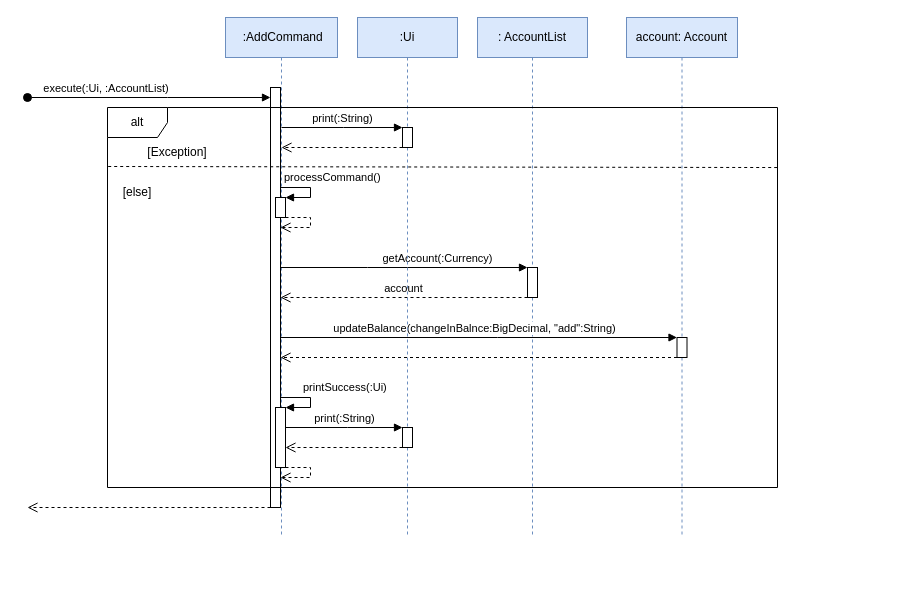
This is docs/diagrams/AddCommandSeqDiagram.drawio from woowenjun99/tp, a draw.io file, before an edit. Source tidied: cells renumbered, new cells numbered last; positions are measured from the earlier drawing's top-left corner, leaving out a move shared by most shapes. Both pictures are drawn from the tidied source at 100%, with x=0, y=0 at pixel (27, 17).
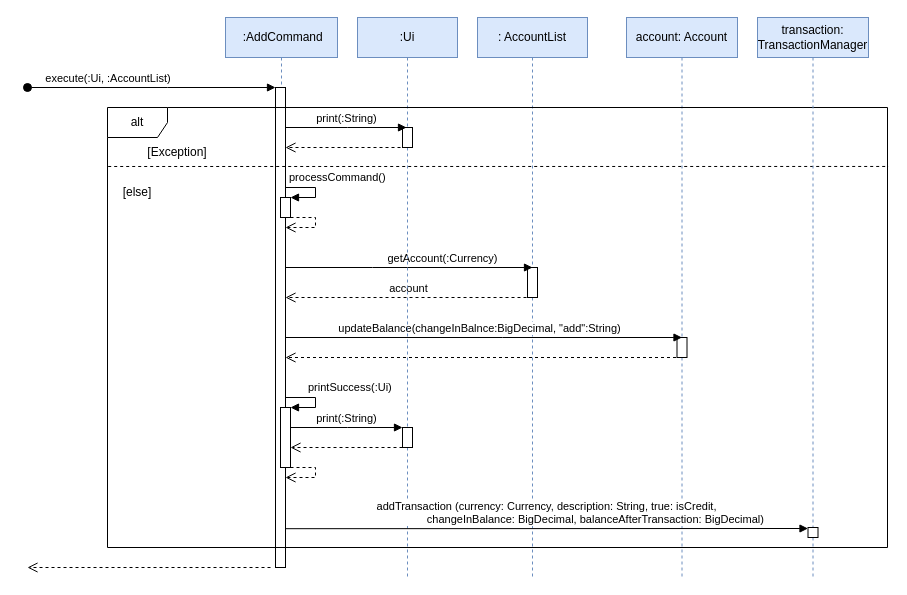
The same diagram, later.

Unchanged cells that the change refers to:
```xml
<mxCell id="12" style="html=1;points=[];perimeter=orthogonalPerimeter;outlineConnect=0;targetShapes=umlLifeline;portConstraint=eastwest;newEdgeStyle={&quot;edgeStyle&quot;:&quot;elbowEdgeStyle&quot;,&quot;elbow&quot;:&quot;vertical&quot;,&quot;curved&quot;:0,&quot;rounded&quot;:0};" parent="11" vertex="1">
  <mxGeometry x="50" y="250" width="10" height="30" as="geometry" />
</mxCell>
<mxCell id="16" style="html=1;points=[];perimeter=orthogonalPerimeter;outlineConnect=0;targetShapes=umlLifeline;portConstraint=eastwest;newEdgeStyle={&quot;edgeStyle&quot;:&quot;elbowEdgeStyle&quot;,&quot;elbow&quot;:&quot;vertical&quot;,&quot;curved&quot;:0,&quot;rounded&quot;:0};" parent="15" vertex="1">
  <mxGeometry x="50.5" y="320" width="10" height="20" as="geometry" />
</mxCell>
<mxCell id="26" style="html=1;points=[];perimeter=orthogonalPerimeter;outlineConnect=0;targetShapes=umlLifeline;portConstraint=eastwest;newEdgeStyle={&quot;edgeStyle&quot;:&quot;elbowEdgeStyle&quot;,&quot;elbow&quot;:&quot;vertical&quot;,&quot;curved&quot;:0,&quot;rounded&quot;:0};" parent="1" vertex="1">
  <mxGeometry x="375" y="110" width="10" height="20" as="geometry" />
</mxCell>
```

Change to the diagram source:
```diff
@@
     <mxCell id="2" value="&amp;nbsp;:AddCommand" style="shape=umlLifeline;perimeter=lifelinePerimeter;whiteSpace=wrap;html=1;newEdgeStyle={&quot;edgeStyle&quot;:&quot;elbowEdgeStyle&quot;,&quot;elbow&quot;:&quot;vertical&quot;,&quot;curved&quot;:0,&quot;rounded&quot;:0};fillColor=#dae8fc;strokeColor=#6c8ebf;" parent="1" vertex="1">
-      <mxGeometry x="198" width="112" height="520" as="geometry" />
+      <mxGeometry x="198" width="112" height="550" as="geometry" />
     </mxCell>
     <mxCell id="3" style="html=1;points=[];perimeter=orthogonalPerimeter;outlineConnect=0;targetShapes=umlLifeline;portConstraint=eastwest;newEdgeStyle={&quot;edgeStyle&quot;:&quot;elbowEdgeStyle&quot;,&quot;elbow&quot;:&quot;vertical&quot;,&quot;curved&quot;:0,&quot;rounded&quot;:0};" parent="2" vertex="1">
-      <mxGeometry x="45" y="70" width="10" height="420" as="geometry" />
+      <mxGeometry x="50" y="70" width="10" height="480" as="geometry" />
     </mxCell>
     <mxCell id="4" style="html=1;points=[];perimeter=orthogonalPerimeter;outlineConnect=0;targetShapes=umlLifeline;portConstraint=eastwest;newEdgeStyle={&quot;edgeStyle&quot;:&quot;elbowEdgeStyle&quot;,&quot;elbow&quot;:&quot;vertical&quot;,&quot;curved&quot;:0,&quot;rounded&quot;:0};" parent="2" vertex="1">
-      <mxGeometry x="50" y="180" width="10" height="20" as="geometry" />
+      <mxGeometry x="55" y="180" width="10" height="20" as="geometry" />
     </mxCell>
-    <mxCell id="5" value="processCommand()" style="html=1;align=left;spacingLeft=2;endArrow=block;rounded=0;edgeStyle=orthogonalEdgeStyle;curved=0;rounded=0;" parent="2" edge="1" target="4">
+    <mxCell id="5" value="processCommand()" style="html=1;align=left;spacingLeft=2;endArrow=block;rounded=0;edgeStyle=orthogonalEdgeStyle;curved=0;rounded=0;" parent="2" edge="1">
       <mxGeometry x="-1" y="10" relative="1" as="geometry">
-        <mxPoint x="55" y="170" as="sourcePoint" />
+        <mxPoint x="60" y="170" as="sourcePoint" />
+        <mxPoint x="65" y="180" as="targetPoint" />
         <Array as="points">
-          <mxPoint x="85" y="170" />
-          <mxPoint x="85" y="180" />
+          <mxPoint x="90" y="170" />
+          <mxPoint x="90" y="180" />
         </Array>
       </mxGeometry>
     </mxCell>
     <mxCell id="6" style="html=1;verticalAlign=bottom;endArrow=open;dashed=1;endSize=8;edgeStyle=orthogonalEdgeStyle;elbow=vertical;rounded=0;" parent="2" edge="1" source="4">
       <mxGeometry relative="1" as="geometry">
-        <mxPoint x="55" y="210" as="targetPoint" />
+        <mxPoint x="60" y="210" as="targetPoint" />
         <Array as="points">
-          <mxPoint x="85" y="200" />
-          <mxPoint x="85" y="210" />
+          <mxPoint x="90" y="200" />
+          <mxPoint x="90" y="210" />
         </Array>
       </mxGeometry>
     </mxCell>
     <mxCell id="7" style="html=1;points=[];perimeter=orthogonalPerimeter;outlineConnect=0;targetShapes=umlLifeline;portConstraint=eastwest;newEdgeStyle={&quot;edgeStyle&quot;:&quot;elbowEdgeStyle&quot;,&quot;elbow&quot;:&quot;vertical&quot;,&quot;curved&quot;:0,&quot;rounded&quot;:0};" parent="2" vertex="1">
-      <mxGeometry x="50" y="390" width="10" height="60" as="geometry" />
+      <mxGeometry x="55" y="390" width="10" height="60" as="geometry" />
     </mxCell>
-    <mxCell id="8" value="printSuccess(:Ui)" style="html=1;align=left;spacingLeft=2;endArrow=block;rounded=0;edgeStyle=orthogonalEdgeStyle;curved=0;rounded=0;" parent="2" edge="1" target="7">
+    <mxCell id="8" value="printSuccess(:Ui)" style="html=1;align=left;spacingLeft=2;endArrow=block;rounded=0;edgeStyle=orthogonalEdgeStyle;curved=0;rounded=0;" parent="2" edge="1">
       <mxGeometry x="-0.14" y="10" relative="1" as="geometry">
-        <mxPoint x="60" y="390" as="sourcePoint" />
+        <mxPoint x="65" y="390" as="sourcePoint" />
+        <mxPoint x="65" y="390" as="targetPoint" />
         <Array as="points">
-          <mxPoint x="55" y="380" />
-          <mxPoint x="85" y="380" />
-          <mxPoint x="85" y="390" />
+          <mxPoint x="60" y="380" />
+          <mxPoint x="90" y="380" />
+          <mxPoint x="90" y="390" />
         </Array>
       </mxGeometry>
     </mxCell>
     <mxCell id="9" style="html=1;verticalAlign=bottom;endArrow=open;dashed=1;endSize=8;edgeStyle=orthogonalEdgeStyle;elbow=vertical;rounded=0;" parent="2" edge="1" source="7">
       <mxGeometry relative="1" as="geometry">
-        <mxPoint x="55" y="460" as="targetPoint" />
+        <mxPoint x="60" y="460" as="targetPoint" />
         <Array as="points">
-          <mxPoint x="85" y="450" />
-          <mxPoint x="85" y="460" />
+          <mxPoint x="90" y="450" />
+          <mxPoint x="90" y="460" />
         </Array>
       </mxGeometry>
     </mxCell>
     <mxCell id="10" style="html=1;verticalAlign=bottom;endArrow=open;dashed=1;endSize=8;edgeStyle=elbowEdgeStyle;elbow=vertical;curved=0;rounded=0;" parent="1" edge="1">
       <mxGeometry relative="1" as="geometry">
-        <mxPoint x="243" y="490" as="sourcePoint" />
-        <mxPoint y="490" as="targetPoint" />
+        <mxPoint x="243" y="550" as="sourcePoint" />
+        <mxPoint y="550" as="targetPoint" />
         <Array as="points">
-          <mxPoint x="200" y="490" />
-          <mxPoint x="190" y="460" />
-          <mxPoint x="180" y="470" />
-          <mxPoint x="60" y="380" />
+          <mxPoint x="200" y="550" />
+          <mxPoint x="190" y="520" />
+          <mxPoint x="180" y="530" />
+          <mxPoint x="60" y="440" />
         </Array>
       </mxGeometry>
     </mxCell>
     <mxCell id="11" value=": AccountList" style="shape=umlLifeline;perimeter=lifelinePerimeter;whiteSpace=wrap;html=1;newEdgeStyle={&quot;edgeStyle&quot;:&quot;elbowEdgeStyle&quot;,&quot;elbow&quot;:&quot;vertical&quot;,&quot;curved&quot;:0,&quot;rounded&quot;:0};fillColor=#dae8fc;strokeColor=#6c8ebf;" parent="1" vertex="1">
-      <mxGeometry x="450" width="110" height="520" as="geometry" />
+      <mxGeometry x="450" width="110" height="560" as="geometry" />
     </mxCell>
@@
-    <mxCell id="13" value="getAccount(:Currency)" style="html=1;verticalAlign=bottom;endArrow=block;edgeStyle=elbowEdgeStyle;elbow=vertical;curved=0;rounded=0;" parent="1" edge="1" target="12">
+    <mxCell id="13" value="getAccount(:Currency)" style="html=1;verticalAlign=bottom;endArrow=block;edgeStyle=elbowEdgeStyle;elbow=vertical;curved=0;rounded=0;" parent="1" edge="1">
       <mxGeometry x="0.27" relative="1" as="geometry">
-        <mxPoint x="253" y="250" as="sourcePoint" />
+        <mxPoint x="258" y="250" as="sourcePoint" />
+        <mxPoint x="505" y="250" as="targetPoint" />
         <Array as="points">
-          <mxPoint x="340" y="250" />
+          <mxPoint x="345" y="250" />
         </Array>
       </mxGeometry>
     </mxCell>
-    <mxCell id="14" value="account" style="html=1;verticalAlign=bottom;endArrow=open;dashed=1;endSize=8;edgeStyle=elbowEdgeStyle;elbow=vertical;curved=0;rounded=0;" parent="1" edge="1" source="12">
+    <mxCell id="14" value="account" style="html=1;verticalAlign=bottom;endArrow=open;dashed=1;endSize=8;edgeStyle=elbowEdgeStyle;elbow=vertical;curved=0;rounded=0;" parent="1" edge="1">
       <mxGeometry relative="1" as="geometry">
-        <mxPoint x="253" y="280" as="targetPoint" />
+        <mxPoint x="505" y="280" as="sourcePoint" />
+        <mxPoint x="258" y="280" as="targetPoint" />
         <Array as="points">
-          <mxPoint x="330" y="280" />
-          <mxPoint x="330" y="280" />
-          <mxPoint x="360" y="290" />
+          <mxPoint x="335" y="280" />
+          <mxPoint x="335" y="280" />
+          <mxPoint x="365" y="290" />
         </Array>
       </mxGeometry>
     </mxCell>
     <mxCell id="15" value="account: Account" style="shape=umlLifeline;perimeter=lifelinePerimeter;whiteSpace=wrap;html=1;newEdgeStyle={&quot;edgeStyle&quot;:&quot;elbowEdgeStyle&quot;,&quot;elbow&quot;:&quot;vertical&quot;,&quot;curved&quot;:0,&quot;rounded&quot;:0};fillColor=#dae8fc;strokeColor=#6c8ebf;" parent="1" vertex="1">
-      <mxGeometry x="599" width="111" height="520" as="geometry" />
+      <mxGeometry x="599" width="111" height="560" as="geometry" />
     </mxCell>
@@
-    <mxCell id="17" value="updateBalance(changeInBalnce:BigDecimal, &quot;add&quot;:String)" style="html=1;verticalAlign=bottom;endArrow=block;edgeStyle=elbowEdgeStyle;elbow=vertical;curved=0;rounded=0;" parent="1" edge="1" target="16">
+    <mxCell id="17" value="updateBalance(changeInBalnce:BigDecimal, &quot;add&quot;:String)" style="html=1;verticalAlign=bottom;endArrow=block;edgeStyle=elbowEdgeStyle;elbow=vertical;curved=0;rounded=0;" parent="1" edge="1">
       <mxGeometry x="-0.02" relative="1" as="geometry">
-        <mxPoint x="253" y="320" as="sourcePoint" />
+        <mxPoint x="258" y="320" as="sourcePoint" />
+        <mxPoint x="654.5" y="320" as="targetPoint" />
         <Array as="points">
-          <mxPoint x="470" y="320" />
-          <mxPoint x="490" y="340" />
-          <mxPoint x="410" y="310" />
-          <mxPoint x="490" y="358" />
-          <mxPoint x="490" y="338" />
-          <mxPoint x="440" y="328" />
-          <mxPoint x="390" y="358" />
+          <mxPoint x="475" y="320" />
+          <mxPoint x="495" y="340" />
+          <mxPoint x="415" y="310" />
+          <mxPoint x="495" y="358" />
+          <mxPoint x="495" y="338" />
+          <mxPoint x="445" y="328" />
+          <mxPoint x="395" y="358" />
         </Array>
       </mxGeometry>
     </mxCell>
-    <mxCell id="18" style="html=1;verticalAlign=bottom;endArrow=open;dashed=1;endSize=8;edgeStyle=elbowEdgeStyle;elbow=vertical;curved=0;rounded=0;" parent="1" edge="1" source="16">
+    <mxCell id="18" style="html=1;verticalAlign=bottom;endArrow=open;dashed=1;endSize=8;edgeStyle=elbowEdgeStyle;elbow=vertical;curved=0;rounded=0;" parent="1" edge="1">
       <mxGeometry relative="1" as="geometry">
-        <mxPoint x="253" y="340" as="targetPoint" />
+        <mxPoint x="654.5" y="340" as="sourcePoint" />
+        <mxPoint x="258" y="340" as="targetPoint" />
         <Array as="points">
-          <mxPoint x="500" y="340" />
-          <mxPoint x="340" y="360" />
-          <mxPoint x="360" y="340" />
+          <mxPoint x="505" y="340" />
+          <mxPoint x="345" y="360" />
+          <mxPoint x="365" y="340" />
         </Array>
       </mxGeometry>
     </mxCell>
     <mxCell id="19" value=":Ui" style="shape=umlLifeline;perimeter=lifelinePerimeter;whiteSpace=wrap;html=1;newEdgeStyle={&quot;edgeStyle&quot;:&quot;elbowEdgeStyle&quot;,&quot;elbow&quot;:&quot;vertical&quot;,&quot;curved&quot;:0,&quot;rounded&quot;:0};fillColor=#dae8fc;strokeColor=#6c8ebf;" parent="1" vertex="1">
-      <mxGeometry x="330" width="100" height="520" as="geometry" />
+      <mxGeometry x="330" width="100" height="560" as="geometry" />
     </mxCell>
@@
     <mxCell id="23" value="execute(:Ui, :AccountList)&amp;nbsp;" style="html=1;verticalAlign=bottom;startArrow=oval;startFill=1;endArrow=block;startSize=8;edgeStyle=elbowEdgeStyle;elbow=vertical;curved=0;rounded=0;" parent="1" edge="1" target="3">
       <mxGeometry x="-0.34" relative="1" as="geometry">
-        <mxPoint y="80" as="sourcePoint" />
+        <mxPoint y="70" as="sourcePoint" />
         <Array as="points">
-          <mxPoint x="140" y="80" />
+          <mxPoint x="140" y="70" />
         </Array>
       </mxGeometry>
     </mxCell>
     <mxCell id="24" value="alt" style="shape=umlFrame;whiteSpace=wrap;html=1;" parent="1" vertex="1">
-      <mxGeometry x="80" y="90" width="670" height="380" as="geometry" />
+      <mxGeometry x="80" y="90" width="780" height="440" as="geometry" />
     </mxCell>
-    <mxCell id="25" style="endArrow=none;dashed=1;html=1;strokeWidth=1;rounded=0;exitX=0.001;exitY=0.155;exitDx=0;exitDy=0;exitPerimeter=0;entryX=1.002;entryY=0.158;entryDx=0;entryDy=0;entryPerimeter=0;" parent="1" edge="1" target="24">
+    <mxCell id="25" style="endArrow=none;dashed=1;html=1;strokeWidth=1;rounded=0;exitX=0.001;exitY=0.155;exitDx=0;exitDy=0;exitPerimeter=0;entryX=1.001;entryY=0.134;entryDx=0;entryDy=0;entryPerimeter=0;" parent="1" edge="1" target="24">
       <mxGeometry relative="1" as="geometry">
         <mxPoint x="80.7" y="149" as="sourcePoint" />
       </mxGeometry>
     </mxCell>
@@
-    <mxCell id="27" value="print(:String)" style="html=1;verticalAlign=bottom;endArrow=block;edgeStyle=elbowEdgeStyle;elbow=vertical;curved=0;rounded=0;" parent="1" edge="1" target="26">
+    <mxCell id="27" value="print(:String)" style="html=1;verticalAlign=bottom;endArrow=block;edgeStyle=elbowEdgeStyle;elbow=vertical;curved=0;rounded=0;" parent="1" edge="1">
       <mxGeometry relative="1" as="geometry">
-        <mxPoint x="254" y="110" as="sourcePoint" />
+        <mxPoint x="258" y="110" as="sourcePoint" />
+        <mxPoint x="379" y="110" as="targetPoint" />
         <Array as="points">
-          <mxPoint x="316" y="110" />
-          <mxPoint x="426" y="130" />
-          <mxPoint x="566" y="110" />
+          <mxPoint x="320" y="110" />
+          <mxPoint x="430" y="130" />
+          <mxPoint x="570" y="110" />
         </Array>
       </mxGeometry>
     </mxCell>
-    <mxCell id="28" style="html=1;verticalAlign=bottom;endArrow=open;dashed=1;endSize=8;edgeStyle=elbowEdgeStyle;elbow=vertical;curved=0;rounded=0;" parent="1" edge="1" source="26">
+    <mxCell id="28" style="html=1;verticalAlign=bottom;endArrow=open;dashed=1;endSize=8;edgeStyle=elbowEdgeStyle;elbow=vertical;curved=0;rounded=0;" parent="1" edge="1">
       <mxGeometry relative="1" as="geometry">
-        <mxPoint x="254" y="130" as="targetPoint" />
+        <mxPoint x="379" y="130" as="sourcePoint" />
+        <mxPoint x="258" y="130" as="targetPoint" />
         <Array as="points">
-          <mxPoint x="336" y="130" />
-          <mxPoint x="596" y="150" />
-          <mxPoint x="536" y="190" />
+          <mxPoint x="340" y="130" />
+          <mxPoint x="600" y="150" />
+          <mxPoint x="540" y="190" />
         </Array>
       </mxGeometry>
     </mxCell>
@@
+    <mxCell id="31" value="transaction: TransactionManager" style="shape=umlLifeline;perimeter=lifelinePerimeter;whiteSpace=wrap;html=1;newEdgeStyle={&quot;edgeStyle&quot;:&quot;elbowEdgeStyle&quot;,&quot;elbow&quot;:&quot;vertical&quot;,&quot;curved&quot;:0,&quot;rounded&quot;:0};fillColor=#dae8fc;strokeColor=#6c8ebf;" parent="1" vertex="1">
+      <mxGeometry x="730" width="111" height="560" as="geometry" />
+    </mxCell>
+    <mxCell id="32" style="html=1;perimeter=orthogonalPerimeter;targetShapes=umlLifeline;newEdgeStyle={&quot;edgeStyle&quot;:&quot;elbowEdgeStyle&quot;,&quot;elbow&quot;:&quot;vertical&quot;,&quot;curved&quot;:0,&quot;rounded&quot;:0};" parent="31" vertex="1">
+      <mxGeometry x="50.5" y="510" width="10" height="10" as="geometry" />
+    </mxCell>
+    <mxCell id="33" value="&lt;div&gt;addTransaction (currency: Currency, description: String, true: isCredit,&lt;/div&gt;&lt;div&gt;&amp;nbsp; &amp;nbsp; &amp;nbsp; &amp;nbsp; &amp;nbsp; &amp;nbsp; &amp;nbsp; &amp;nbsp; &amp;nbsp; &amp;nbsp; &amp;nbsp; &amp;nbsp; &amp;nbsp; &amp;nbsp; &amp;nbsp; &amp;nbsp; changeInBalance: BigDecimal, balanceAfterTransaction: BigDecimal)&lt;/div&gt;" style="html=1;verticalAlign=bottom;endArrow=block;edgeStyle=elbowEdgeStyle;elbow=vertical;curved=0;rounded=0;" parent="1" edge="1">
+      <mxGeometry relative="1" as="geometry">
+        <mxPoint x="258" y="511.2" as="sourcePoint" />
+        <mxPoint x="780.5" y="511.2" as="targetPoint" />
+      </mxGeometry>
+    </mxCell>
```
